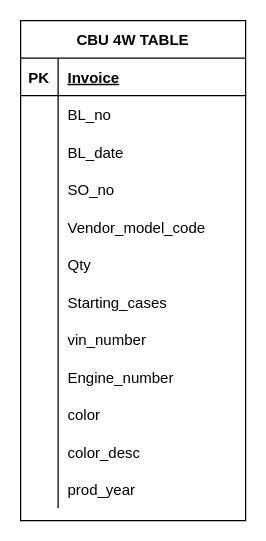
The draw.io diagram OBM Table.drawio in 1000pilar/import-system-ii, before the edit. Source tidied: cells renumbered, new cells numbered last; positions are measured from the earlier drawing's top-left corner, leaving out a move shared by most shapes. Both pictures are drawn from the tidied source at 125%, with x=0, y=0 at pixel (20, 20).
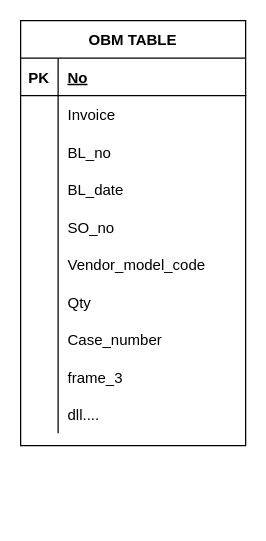
The same page after the edit.

Unchanged cells that the change refers to:
```xml
<mxCell id="3" style="shape=partialRectangle;fillColor=none;top=0;left=0;bottom=1;right=0;" parent="2" vertex="1">
  <mxGeometry y="30" width="180" height="30" as="geometry" />
</mxCell>
<mxCell id="6" style="shape=partialRectangle;fillColor=none;top=0;left=0;bottom=0;right=0;" parent="2" vertex="1">
  <mxGeometry y="60" width="180" height="30" as="geometry" />
</mxCell>
<mxCell id="30" style="shape=partialRectangle;fillColor=none;top=0;left=0;bottom=0;right=0;" parent="2" vertex="1">
  <mxGeometry y="300" width="180" height="30" as="geometry" />
</mxCell>
```

The edit, as a diff of the source:
```diff
@@
-    <mxCell id="2" value="CBU 4W TABLE" style="shape=table;startSize=30;childLayout=tableLayout;rowLines=0;fontStyle=1;align=center;" parent="1" vertex="1">
-      <mxGeometry width="180" height="400" as="geometry" />
+    <mxCell id="2" value="OBM TABLE" style="shape=table;startSize=30;childLayout=tableLayout;rowLines=0;fontStyle=1;align=center;" parent="1" vertex="1">
+      <mxGeometry width="180" height="340" as="geometry" />
     </mxCell>
@@
-    <mxCell id="5" value="Invoice" style="shape=partialRectangle;fillColor=none;top=0;left=0;bottom=0;right=0;align=left;spacingLeft=6;fontStyle=5;overflow=hidden;" parent="3" vertex="1">
+    <mxCell id="5" value="No" style="shape=partialRectangle;fillColor=none;top=0;left=0;bottom=0;right=0;align=left;spacingLeft=6;fontStyle=5;overflow=hidden;" parent="3" vertex="1">
       <mxGeometry x="30" width="150" height="30" as="geometry" />
     </mxCell>
@@
-    <mxCell id="8" value="BL_no" style="shape=partialRectangle;fillColor=none;top=0;left=0;bottom=0;right=0;align=left;spacingLeft=6;overflow=hidden;" parent="6" vertex="1">
+    <mxCell id="8" value="Invoice" style="shape=partialRectangle;fillColor=none;top=0;left=0;bottom=0;right=0;align=left;spacingLeft=6;overflow=hidden;" parent="6" vertex="1">
       <mxGeometry x="30" width="150" height="30" as="geometry" />
     </mxCell>
+    <mxCell id="39" style="shape=partialRectangle;fillColor=none;top=0;left=0;bottom=0;right=0;" parent="2" vertex="1">
+      <mxGeometry y="90" width="180" height="30" as="geometry" />
+    </mxCell>
+    <mxCell id="40" style="shape=partialRectangle;fillColor=none;top=0;left=0;bottom=0;right=0;overflow=hidden;" parent="39" vertex="1">
+      <mxGeometry width="30" height="30" as="geometry" />
+    </mxCell>
+    <mxCell id="41" value="BL_no" style="shape=partialRectangle;fillColor=none;top=0;left=0;bottom=0;right=0;align=left;spacingLeft=6;overflow=hidden;" parent="39" vertex="1">
+      <mxGeometry x="30" width="150" height="30" as="geometry" />
+    </mxCell>
     <mxCell id="9" style="shape=partialRectangle;fillColor=none;top=0;left=0;bottom=0;right=0;" parent="2" vertex="1">
-      <mxGeometry y="90" width="180" height="30" as="geometry" />
+      <mxGeometry y="120" width="180" height="30" as="geometry" />
     </mxCell>
@@
     <mxCell id="12" style="shape=partialRectangle;fillColor=none;top=0;left=0;bottom=0;right=0;" parent="2" vertex="1">
-      <mxGeometry y="120" width="180" height="30" as="geometry" />
+      <mxGeometry y="150" width="180" height="30" as="geometry" />
     </mxCell>
@@
     <mxCell id="15" style="shape=partialRectangle;fillColor=none;top=0;left=0;bottom=0;right=0;" parent="2" vertex="1">
-      <mxGeometry y="150" width="180" height="30" as="geometry" />
+      <mxGeometry y="180" width="180" height="30" as="geometry" />
     </mxCell>
@@
     <mxCell id="18" style="shape=partialRectangle;fillColor=none;top=0;left=0;bottom=0;right=0;" parent="2" vertex="1">
-      <mxGeometry y="180" width="180" height="30" as="geometry" />
+      <mxGeometry y="210" width="180" height="30" as="geometry" />
     </mxCell>
@@
     <mxCell id="21" style="shape=partialRectangle;fillColor=none;top=0;left=0;bottom=0;right=0;" parent="2" vertex="1">
-      <mxGeometry y="210" width="180" height="30" as="geometry" />
+      <mxGeometry y="240" width="180" height="30" as="geometry" />
     </mxCell>
@@
-    <mxCell id="23" value="Starting_cases" style="shape=partialRectangle;fillColor=none;top=0;left=0;bottom=0;right=0;align=left;spacingLeft=6;overflow=hidden;" parent="21" vertex="1">
+    <mxCell id="23" value="Case_number" style="shape=partialRectangle;fillColor=none;top=0;left=0;bottom=0;right=0;align=left;spacingLeft=6;overflow=hidden;" parent="21" vertex="1">
       <mxGeometry x="30" width="150" height="30" as="geometry" />
     </mxCell>
     <mxCell id="24" style="shape=partialRectangle;fillColor=none;top=0;left=0;bottom=0;right=0;" parent="2" vertex="1">
-      <mxGeometry y="240" width="180" height="30" as="geometry" />
+      <mxGeometry y="270" width="180" height="30" as="geometry" />
     </mxCell>
@@
-    <mxCell id="26" value="vin_number" style="shape=partialRectangle;fillColor=none;top=0;left=0;bottom=0;right=0;align=left;spacingLeft=6;overflow=hidden;" parent="24" vertex="1">
+    <mxCell id="26" value="frame_3" style="shape=partialRectangle;fillColor=none;top=0;left=0;bottom=0;right=0;align=left;spacingLeft=6;overflow=hidden;" parent="24" vertex="1">
       <mxGeometry x="30" width="150" height="30" as="geometry" />
     </mxCell>
-    <mxCell id="27" style="shape=partialRectangle;fillColor=none;top=0;left=0;bottom=0;right=0;" parent="2" vertex="1">
-      <mxGeometry y="270" width="180" height="30" as="geometry" />
-    </mxCell>
-    <mxCell id="28" style="shape=partialRectangle;fillColor=none;top=0;left=0;bottom=0;right=0;overflow=hidden;" parent="27" vertex="1">
-      <mxGeometry width="30" height="30" as="geometry" />
-    </mxCell>
-    <mxCell id="29" value="Engine_number" style="shape=partialRectangle;fillColor=none;top=0;left=0;bottom=0;right=0;align=left;spacingLeft=6;overflow=hidden;" parent="27" vertex="1">
-      <mxGeometry x="30" width="150" height="30" as="geometry" />
-    </mxCell>
@@
-    <mxCell id="31" style="shape=partialRectangle;fillColor=none;top=0;left=0;bottom=0;right=0;overflow=hidden;" parent="30" vertex="1">
-      <mxGeometry width="30" height="30" as="geometry" />
-    </mxCell>
-    <mxCell id="32" value="color" style="shape=partialRectangle;fillColor=none;top=0;left=0;bottom=0;right=0;align=left;spacingLeft=6;overflow=hidden;" parent="30" vertex="1">
-      <mxGeometry x="30" width="150" height="30" as="geometry" />
-    </mxCell>
-    <mxCell id="33" style="shape=partialRectangle;fillColor=none;top=0;left=0;bottom=0;right=0;" parent="2" vertex="1">
-      <mxGeometry y="330" width="180" height="30" as="geometry" />
-    </mxCell>
-    <mxCell id="34" style="shape=partialRectangle;fillColor=none;top=0;left=0;bottom=0;right=0;overflow=hidden;" parent="33" vertex="1">
-      <mxGeometry width="30" height="30" as="geometry" />
-    </mxCell>
-    <mxCell id="35" value="color_desc" style="shape=partialRectangle;fillColor=none;top=0;left=0;bottom=0;right=0;align=left;spacingLeft=6;overflow=hidden;" parent="33" vertex="1">
-      <mxGeometry x="30" width="150" height="30" as="geometry" />
-    </mxCell>
-    <mxCell id="36" style="shape=partialRectangle;fillColor=none;top=0;left=0;bottom=0;right=0;" parent="2" vertex="1">
-      <mxGeometry y="360" width="180" height="30" as="geometry" />
-    </mxCell>
-    <mxCell id="37" style="shape=partialRectangle;fillColor=none;top=0;left=0;bottom=0;right=0;overflow=hidden;" parent="36" vertex="1">
-      <mxGeometry width="30" height="30" as="geometry" />
-    </mxCell>
-    <mxCell id="38" value="prod_year" style="shape=partialRectangle;fillColor=none;top=0;left=0;bottom=0;right=0;align=left;spacingLeft=6;overflow=hidden;" parent="36" vertex="1">
-      <mxGeometry x="30" width="150" height="30" as="geometry" />
-    </mxCell>
+    <mxCell id="42" style="shape=partialRectangle;fillColor=none;top=0;left=0;bottom=0;right=0;overflow=hidden;" parent="30" vertex="1">
+      <mxGeometry width="30" height="30" as="geometry" />
+    </mxCell>
+    <mxCell id="43" value="dll...." style="shape=partialRectangle;fillColor=none;top=0;left=0;bottom=0;right=0;align=left;spacingLeft=6;overflow=hidden;" parent="30" vertex="1">
+      <mxGeometry x="30" width="150" height="30" as="geometry" />
+    </mxCell>
```
